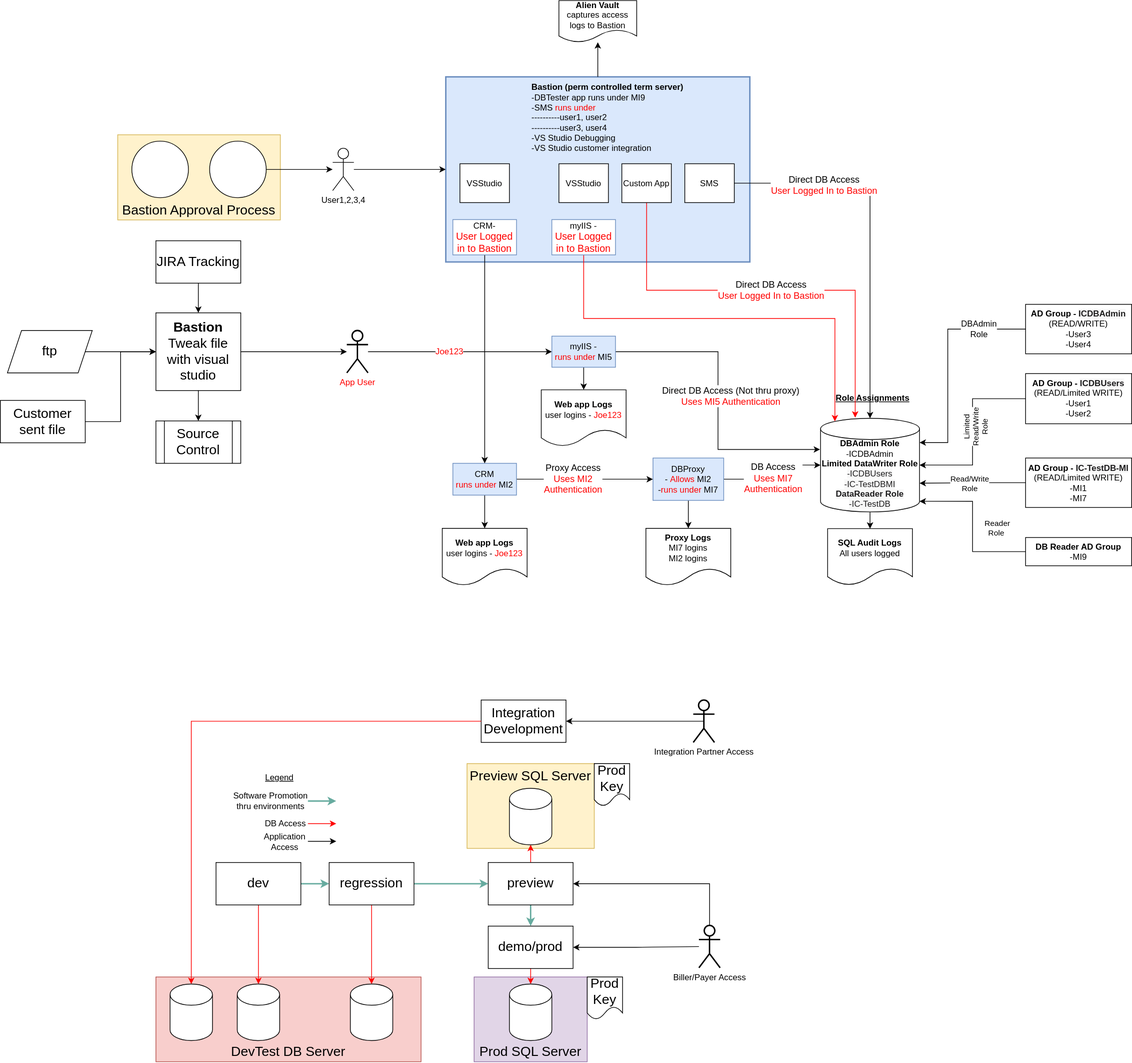
The draw.io diagram SOXMIFlowAndEnvironments.svg in vjavle/invoicecloud, before a commit. Source tidied: cells renumbered, new cells last; positions are measured from the earlier drawing's top-left corner, leaving out a move shared by most shapes.
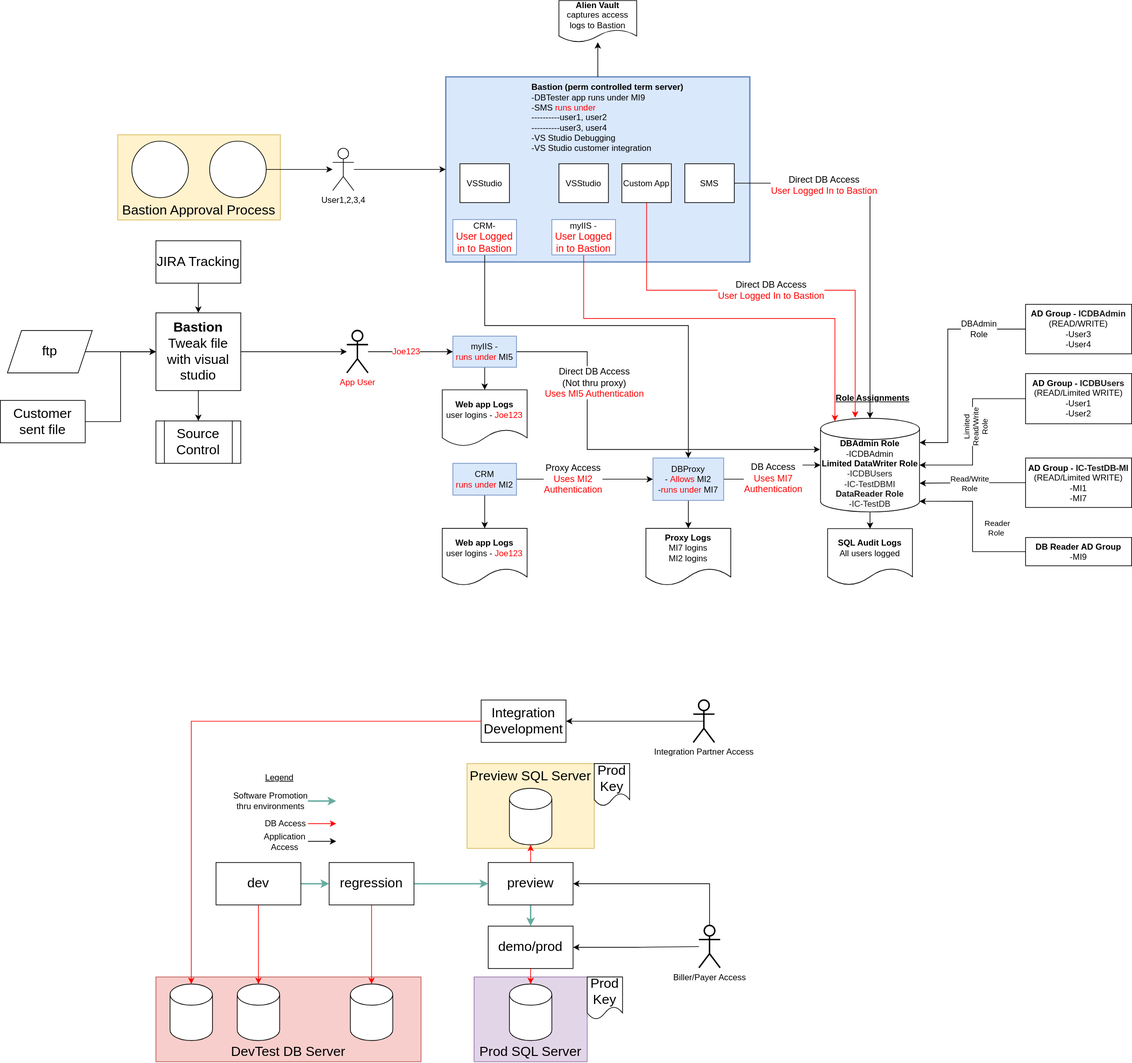
The same diagram one commit later.

The edit, as a diff of the source:
```diff
@@ -27,15 +27,20 @@
       <mxGeometry relative="1" as="geometry" />
     </mxCell>
     <mxCell id="10" style="edgeStyle=orthogonalEdgeStyle;rounded=0;jettySize=auto;html=1;entryX=-0.005;entryY=0.333;entryDx=0;entryDy=0;fontFamily=Helvetica;fontSize=12;fontColor=#FF0000;startArrow=none;startFill=0;endArrow=classic;endFill=1;entryPerimeter=0;exitX=1;exitY=0.5;exitDx=0;exitDy=0;" parent="1" edge="1" source="12" target="18">
-      <mxGeometry relative="1" as="geometry" />
+      <mxGeometry relative="1" as="geometry">
+        <Array as="points">
+          <mxPoint x="830" y="497" />
+          <mxPoint x="830" y="635" />
+        </Array>
+      </mxGeometry>
     </mxCell>
-    <mxCell id="11" value="&lt;span style=&quot;color: rgb(0 , 0 , 0) ; font-size: 13px&quot;&gt;Direct DB Access (Not thru proxy)&lt;/span&gt;&lt;br style=&quot;color: rgb(0 , 0 , 0) ; font-size: 13px&quot;&gt;&lt;font color=&quot;#ff0000&quot; style=&quot;font-size: 13px&quot;&gt;Uses MI5 Authentication&lt;/font&gt;" style="edgeLabel;html=1;align=center;verticalAlign=middle;fontSize=12;fontFamily=Helvetica;fontColor=#FF0000;" parent="10" vertex="1">
+    <mxCell id="11" value="&lt;span style=&quot;color: rgb(0 , 0 , 0) ; font-size: 13px&quot;&gt;Direct DB Access &lt;br&gt;(Not thru proxy)&lt;/span&gt;&lt;br style=&quot;color: rgb(0 , 0 , 0) ; font-size: 13px&quot;&gt;&lt;font color=&quot;#ff0000&quot; style=&quot;font-size: 13px&quot;&gt;Uses MI5 Authentication&lt;/font&gt;" style="edgeLabel;html=1;align=center;verticalAlign=middle;fontSize=12;fontFamily=Helvetica;fontColor=#FF0000;" parent="10" vertex="1">
       <mxGeometry x="-0.37" y="6" relative="1" as="geometry">
-        <mxPoint x="28" y="69" as="offset" />
+        <mxPoint x="4" y="-36" as="offset" />
       </mxGeometry>
     </mxCell>
     <mxCell id="12" value="myIIS - &lt;br&gt;&lt;span style=&quot;color: rgb(255 , 0 , 0)&quot;&gt;runs under&lt;/span&gt;&amp;nbsp;MI5" style="rounded=0;whiteSpace=wrap;html=1;fillColor=#dae8fc;strokeColor=#6c8ebf;" parent="1" vertex="1">
-      <mxGeometry x="780" y="475" width="90" height="44" as="geometry" />
+      <mxGeometry x="640" y="475" width="90" height="44" as="geometry" />
     </mxCell>
     <mxCell id="13" style="edgeStyle=orthogonalEdgeStyle;rounded=0;jettySize=auto;html=1;fontColor=#000000;startArrow=none;startFill=0;endArrow=classic;endFill=1;entryX=0;entryY=0.5;entryDx=0;entryDy=0;entryPerimeter=0;exitX=1;exitY=0.5;exitDx=0;exitDy=0;" parent="1" edge="1" source="16" target="18">
       <mxGeometry relative="1" as="geometry" />
@@ -344,14 +349,19 @@
     <mxCell id="99" value="VSStudio" style="rounded=0;whiteSpace=wrap;html=1;" parent="1" vertex="1">
       <mxGeometry x="790" y="231" width="70" height="55" as="geometry" />
     </mxCell>
-    <mxCell id="100" style="edgeStyle=orthogonalEdgeStyle;rounded=0;jettySize=auto;html=1;fontSize=14;fontColor=#FF0000;strokeColor=#000000;noJump=0;" parent="1" edge="1" source="101" target="78">
-      <mxGeometry relative="1" as="geometry" />
-    </mxCell>
+    <mxCell id="103" style="edgeStyle=orthogonalEdgeStyle;rounded=0;jettySize=auto;html=1;fontSize=14;fontColor=#FF0000;strokeColor=#000000;" parent="1" edge="1" source="101" target="16">
+      <mxGeometry relative="1" as="geometry">
+        <Array as="points">
+          <mxPoint x="685" y="460" />
+          <mxPoint x="973" y="460" />
+        </Array>
+      </mxGeometry>
+    </mxCell>
     <mxCell id="101" value="CRM- &lt;br&gt;&lt;span style=&quot;color: rgb(255 , 0 , 0) ; font-size: 14px ; background-color: rgb(255 , 255 , 255)&quot;&gt;User Logged in to Bastion&lt;/span&gt;" style="rounded=0;whiteSpace=wrap;html=1;fillColor=default;strokeColor=#6c8ebf;" parent="1" vertex="1">
       <mxGeometry x="640" y="310" width="90" height="50" as="geometry" />
     </mxCell>
     <mxCell id="102" value="&lt;b&gt;Web app Logs&lt;/b&gt;&lt;br&gt;user logins - &lt;font color=&quot;#ff0000&quot;&gt;Joe123&lt;/font&gt;" style="shape=document;whiteSpace=wrap;html=1;boundedLbl=1;fontColor=#000000;" parent="1" vertex="1">
-      <mxGeometry x="765" y="551" width="120" height="80" as="geometry" />
+      <mxGeometry x="625" y="551" width="120" height="80" as="geometry" />
     </mxCell>
   </root>
 </mxGraphModel>
```
